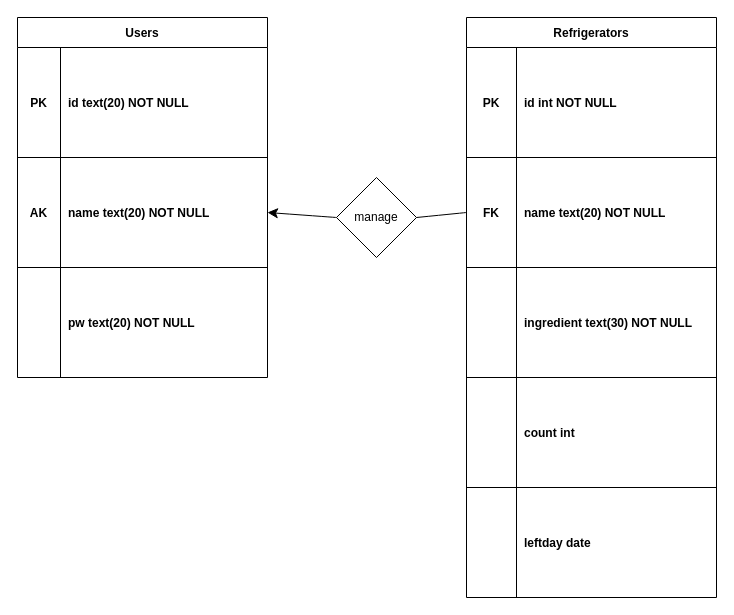
The draw.io diagram ER 다이어그램.drawio in what-s-in-my-fridge/what-s-in-my-fridge, before the edit. Source tidied: cells renumbered, new cells numbered last; positions are measured from the earlier drawing's top-left corner, leaving out a move shared by most shapes. Both pictures are drawn from the tidied source at 100%, with x=0, y=0 at pixel (17, 17).
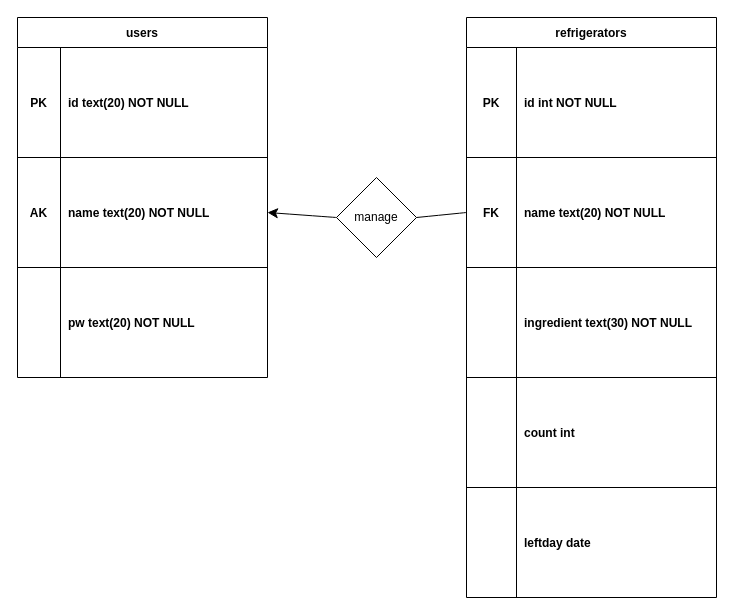
Above is the later version.

Commit message (it also covers changes not shown here):
ER 다이어그램.drawio 업데이트

Diff of the diagram source:
```diff
@@
-    <mxCell id="2" value="Refrigerators" style="shape=table;startSize=30;childLayout=tableLayout;rowLines=0;fontStyle=1;align=center;" parent="1" vertex="1">
+    <mxCell id="2" value="refrigerators" style="shape=table;startSize=30;childLayout=tableLayout;rowLines=0;fontStyle=1;align=center;" parent="1" vertex="1">
       <mxGeometry x="449" width="250" height="580" as="geometry" />
     </mxCell>
@@
-    <mxCell id="21" value="Users" style="shape=table;startSize=30;childLayout=tableLayout;rowLines=0;fontStyle=1;align=center;" parent="1" vertex="1">
+    <mxCell id="21" value="users" style="shape=table;startSize=30;childLayout=tableLayout;rowLines=0;fontStyle=1;align=center;" parent="1" vertex="1">
       <mxGeometry width="250" height="360" as="geometry" />
     </mxCell>
```
